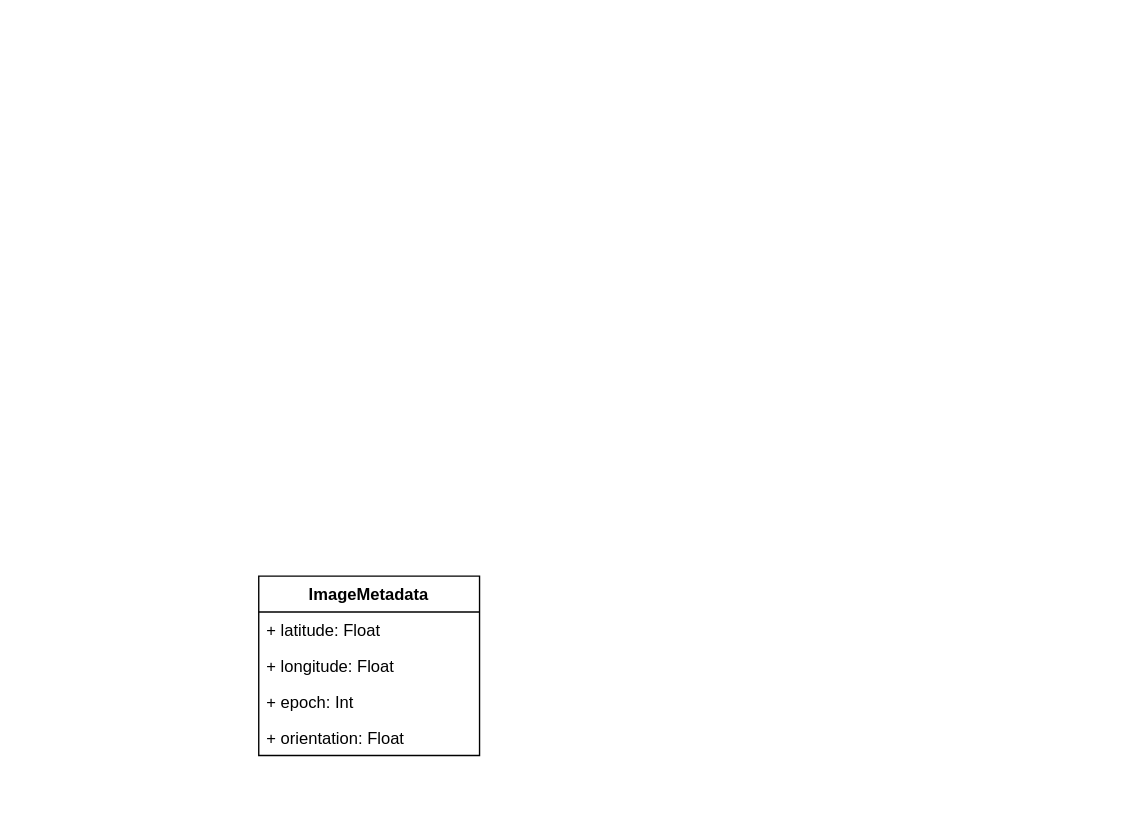
Above: GlareArchitecture.drawio in nacho-fm/glare (draw.io), before the change. Source tidied: cells renumbered, new cells numbered last; positions are measured from the earlier drawing's top-left corner, leaving out a move shared by most shapes. Both pictures are drawn from the tidied source at 138%, with x=0, y=0 at pixel (258, 575).
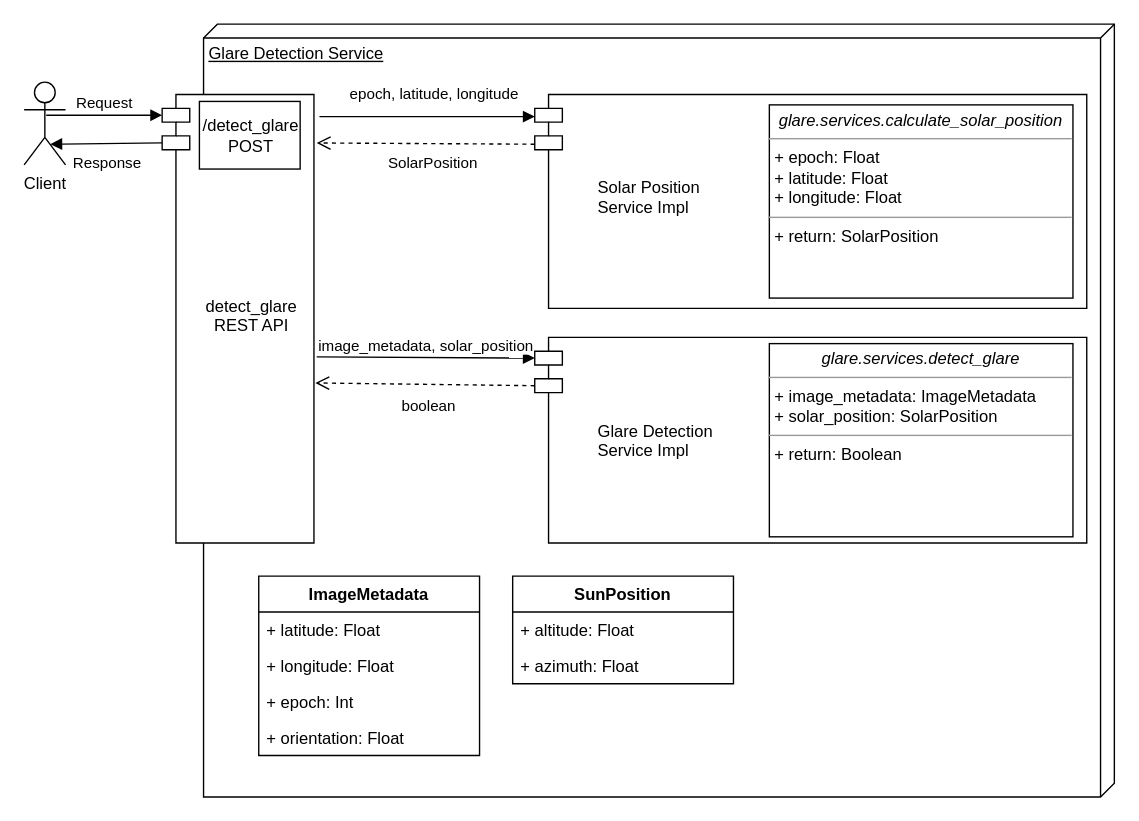
After the change.

Change to the diagram source:
```diff
@@
+    <mxCell id="7" value="Glare Detection Service&lt;br&gt;" style="verticalAlign=top;align=left;spacingTop=8;spacingLeft=2;spacingRight=12;shape=cube;size=10;direction=south;fontStyle=4;html=1;" parent="1" vertex="1">
+      <mxGeometry x="-40" y="-400" width="660" height="560" as="geometry" />
+    </mxCell>
+    <mxCell id="8" value="&#10;&#10;&#10;&#10;&#10;&#10;&#10;&#10;&#10;&#10;detect_glare&#10;REST API" style="shape=module;align=left;spacingLeft=20;align=center;verticalAlign=top;" parent="1" vertex="1">
+      <mxGeometry x="-70" y="-349" width="110" height="325" as="geometry" />
+    </mxCell>
+    <mxCell id="9" value="image_metadata, solar_position" style="html=1;verticalAlign=bottom;endArrow=block;entryX=0;entryY=0;entryDx=0;entryDy=15;entryPerimeter=0;exitX=1.018;exitY=0.585;exitDx=0;exitDy=0;exitPerimeter=0;" parent="1" edge="1" source="8">
+      <mxGeometry relative="1" as="geometry">
+        <mxPoint x="200" y="-158" as="targetPoint" />
+      </mxGeometry>
+    </mxCell>
+    <mxCell id="10" value="SolarPosition" style="html=1;verticalAlign=bottom;endArrow=open;dashed=1;endSize=8;exitX=0.1;exitY=0.719;exitDx=0;exitDy=0;exitPerimeter=0;entryX=1.018;entryY=0.108;entryDx=0;entryDy=0;entryPerimeter=0;" parent="1" edge="1" target="8">
+      <mxGeometry x="-0.06" y="23" relative="1" as="geometry">
+        <mxPoint x="200" y="-313" as="sourcePoint" />
+      </mxGeometry>
+    </mxCell>
+    <mxCell id="11" style="shape=module;align=left;spacingLeft=20;align=center;verticalAlign=top;direction=east;" parent="1" vertex="1">
+      <mxGeometry x="200" y="-349" width="400" height="155" as="geometry" />
+    </mxCell>
+    <mxCell id="12" value="Solar Position&#10;Service Impl" style="text;strokeColor=none;fillColor=none;align=left;verticalAlign=top;spacingLeft=4;spacingRight=4;overflow=hidden;" parent="1" vertex="1">
+      <mxGeometry x="240" y="-295" width="100" as="geometry" />
+    </mxCell>
+    <mxCell id="13" style="shape=module;align=left;spacingLeft=20;align=center;verticalAlign=top;direction=east;" parent="1" vertex="1">
+      <mxGeometry x="200" y="-173" width="400" height="149" as="geometry" />
+    </mxCell>
+    <mxCell id="14" value="Glare Detection&#10;Service Impl" style="text;strokeColor=none;fillColor=none;align=left;verticalAlign=top;spacingLeft=4;spacingRight=4;overflow=hidden;" parent="1" vertex="1">
+      <mxGeometry x="240" y="-118.5" width="100" height="40" as="geometry" />
+    </mxCell>
+    <mxCell id="15" value="epoch, latitude, longitude" style="html=1;verticalAlign=bottom;endArrow=block;entryX=0;entryY=0;entryDx=0;entryDy=15;entryPerimeter=0;" parent="1" edge="1">
+      <mxGeometry x="0.07" y="7" relative="1" as="geometry">
+        <mxPoint x="44" y="-333" as="sourcePoint" />
+        <mxPoint x="200" y="-333" as="targetPoint" />
+      </mxGeometry>
+    </mxCell>
+    <mxCell id="16" value="boolean" style="html=1;verticalAlign=bottom;endArrow=open;dashed=1;endSize=8;exitX=0;exitY=0;exitDx=0;exitDy=35;exitPerimeter=0;" parent="1" edge="1" source="13">
+      <mxGeometry x="-0.05" y="25" relative="1" as="geometry">
+        <mxPoint x="41" y="-140" as="targetPoint" />
+        <mxPoint x="-1" as="offset" />
+      </mxGeometry>
+    </mxCell>
+    <mxCell id="17" value="&lt;p style=&quot;margin: 0px ; margin-top: 4px ; text-align: center&quot;&gt;&lt;i&gt;glare.services.calculate_solar_position&lt;/i&gt;&lt;/p&gt;&lt;hr size=&quot;1&quot;&gt;&lt;p style=&quot;margin: 0px ; margin-left: 4px&quot;&gt;+ epoch: Float&lt;br&gt;+ latitude: Float&lt;/p&gt;&lt;p style=&quot;margin: 0px ; margin-left: 4px&quot;&gt;+ longitude: Float&lt;/p&gt;&lt;hr size=&quot;1&quot;&gt;&lt;p style=&quot;margin: 0px ; margin-left: 4px&quot;&gt;+ return: SolarPosition&lt;/p&gt;" style="verticalAlign=top;align=left;overflow=fill;fontSize=12;fontFamily=Helvetica;html=1;" parent="1" vertex="1">
+      <mxGeometry x="370" y="-341.5" width="220" height="140" as="geometry" />
+    </mxCell>
+    <mxCell id="18" value="&lt;p style=&quot;margin: 0px ; margin-top: 4px ; text-align: center&quot;&gt;&lt;i&gt;glare.services.detect_glare&lt;/i&gt;&lt;/p&gt;&lt;hr size=&quot;1&quot;&gt;&lt;p style=&quot;margin: 0px ; margin-left: 4px&quot;&gt;+ image_metadata: ImageMetadata&lt;br&gt;+ solar_position: SolarPosition&lt;/p&gt;&lt;hr size=&quot;1&quot;&gt;&lt;p style=&quot;margin: 0px ; margin-left: 4px&quot;&gt;+ return: Boolean&lt;/p&gt;" style="verticalAlign=top;align=left;overflow=fill;fontSize=12;fontFamily=Helvetica;html=1;" parent="1" vertex="1">
+      <mxGeometry x="370" y="-168.5" width="220" height="140" as="geometry" />
+    </mxCell>
+    <mxCell id="19" value="/detect_glare&lt;br&gt;POST" style="html=1;" parent="1" vertex="1">
+      <mxGeometry x="-43" y="-344" width="73" height="49" as="geometry" />
+    </mxCell>
+    <mxCell id="20" value="Client" style="shape=umlActor;verticalLabelPosition=bottom;verticalAlign=top;html=1;" parent="1" vertex="1">
+      <mxGeometry x="-170" y="-358" width="30" height="60" as="geometry" />
+    </mxCell>
+    <mxCell id="21" value="Request" style="html=1;verticalAlign=bottom;endArrow=block;exitX=0.533;exitY=0.4;exitDx=0;exitDy=0;exitPerimeter=0;entryX=0;entryY=0;entryDx=0;entryDy=15;entryPerimeter=0;" parent="1" edge="1" source="20" target="8">
+      <mxGeometry relative="1" as="geometry" />
+    </mxCell>
+    <mxCell id="22" value="Response" style="html=1;verticalAlign=bottom;endArrow=block;exitX=0;exitY=0;exitDx=0;exitDy=35;exitPerimeter=0;entryX=0.633;entryY=0.75;entryDx=0;entryDy=0;entryPerimeter=0;" parent="1" edge="1" source="8" target="20">
+      <mxGeometry x="-0.01" y="24" relative="1" as="geometry" />
+    </mxCell>
@@
+    <mxCell id="23" value="SunPosition" style="swimlane;fontStyle=1;align=center;verticalAlign=top;horizontal=1;startSize=26;" parent="1" vertex="1">
+      <mxGeometry x="184" width="160" height="78" as="geometry" />
+    </mxCell>
+    <mxCell id="24" value="+ altitude: Float" style="text;strokeColor=none;fillColor=none;align=left;verticalAlign=top;spacingLeft=4;spacingRight=4;overflow=hidden;" parent="23" vertex="1">
+      <mxGeometry y="26" width="160" height="26" as="geometry" />
+    </mxCell>
+    <mxCell id="25" value="+ azimuth: Float" style="text;strokeColor=none;fillColor=none;align=left;verticalAlign=top;spacingLeft=4;spacingRight=4;overflow=hidden;" parent="23" vertex="1">
+      <mxGeometry y="52" width="160" height="26" as="geometry" />
+    </mxCell>
```
